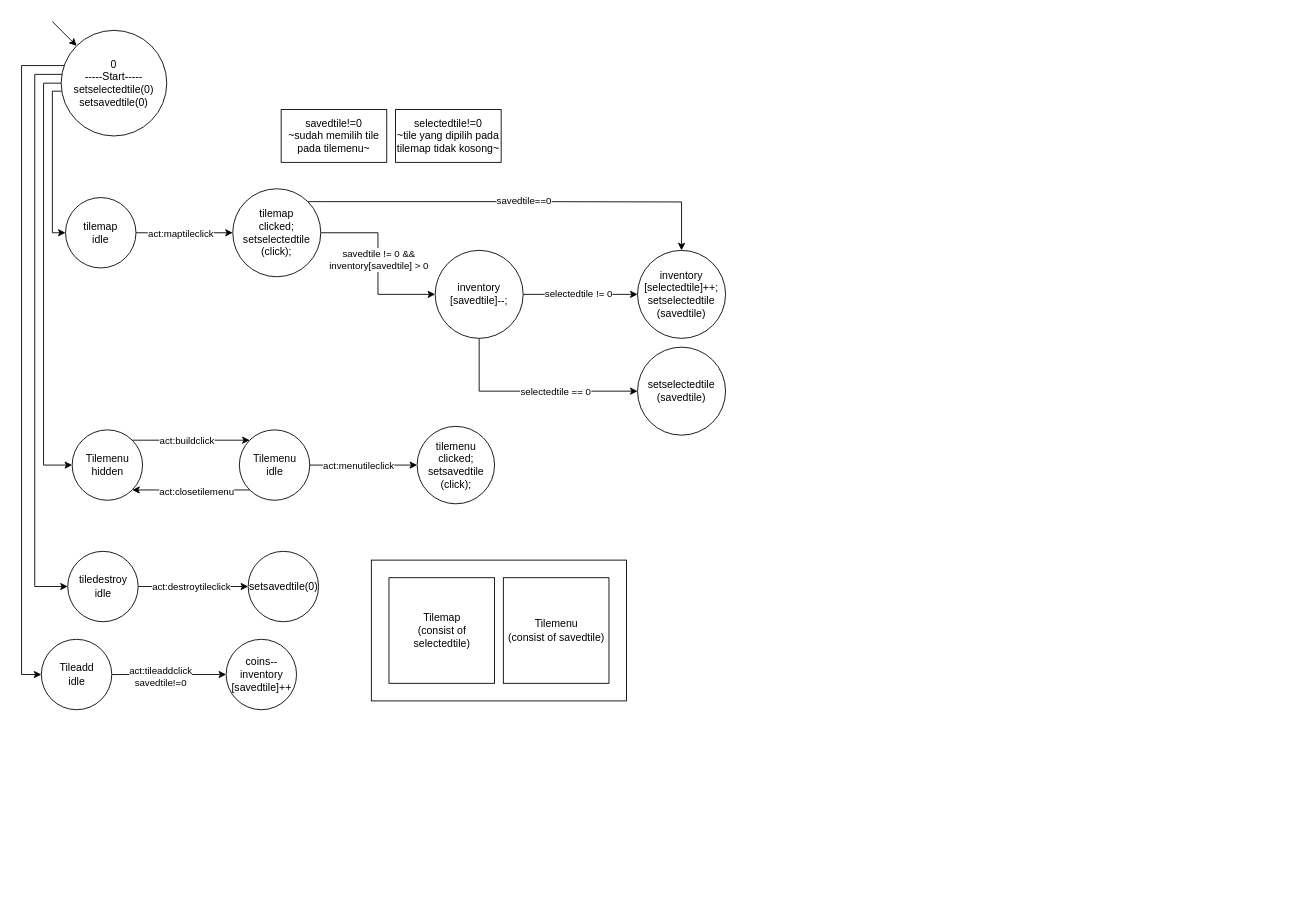
Before: SurgaKulinerfsm.drawio in Trelel129/asset, a draw.io diagram. Source tidied: cells renumbered, new cells numbered last; positions are measured from the earlier drawing's top-left corner, leaving out a move shared by most shapes. Both pictures are drawn from the tidied source at 88%, with x=0, y=0 at pixel (21, 21).
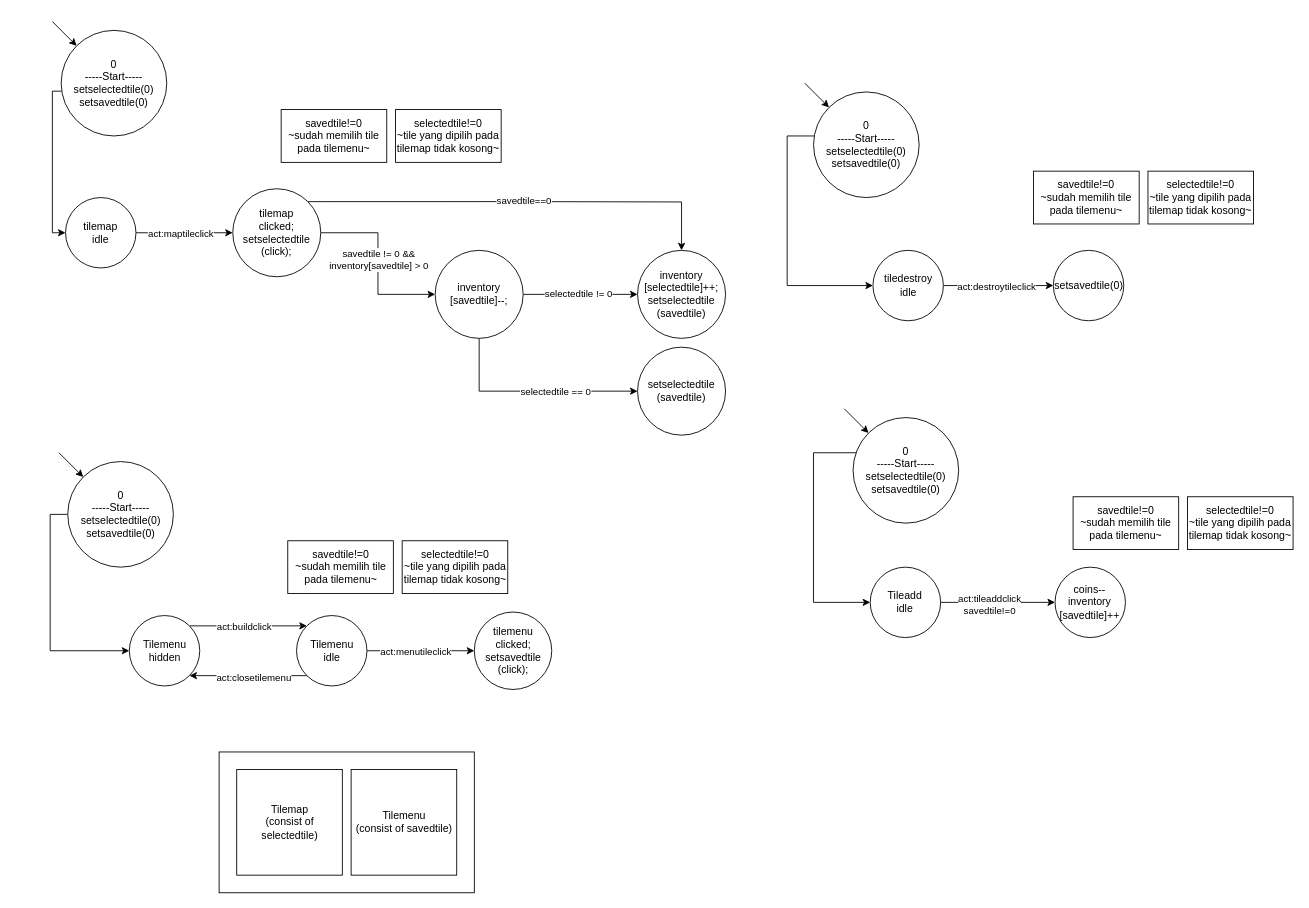
Above is the later version.

Unchanged cells that the change refers to:
```xml
<mxCell id="6" value="&lt;div&gt;0&lt;/div&gt;-----Start-----&lt;div&gt;setselectedtile(0)&lt;/div&gt;&lt;div&gt;setsavedtile(0)&lt;/div&gt;" style="ellipse;whiteSpace=wrap;html=1;" parent="1" vertex="1">
  <mxGeometry x="45" y="10" width="120" height="120" as="geometry" />
</mxCell>
```

Change to the diagram source:
```diff
@@
-    <mxCell id="3" style="edgeStyle=orthogonalEdgeStyle;rounded=0;jettySize=auto;html=1;entryX=0;entryY=0.5;entryDx=0;entryDy=0;exitX=0;exitY=0.5;exitDx=0;exitDy=0;" parent="1" edge="1" source="6" target="29">
-      <mxGeometry relative="1" as="geometry">
-        <Array as="points">
-          <mxPoint x="25" y="70" />
-          <mxPoint x="25" y="504" />
-        </Array>
-      </mxGeometry>
-    </mxCell>
-    <mxCell id="4" style="edgeStyle=orthogonalEdgeStyle;rounded=0;jettySize=auto;html=1;entryX=0;entryY=0.5;entryDx=0;entryDy=0;" parent="1" edge="1" source="6" target="39">
-      <mxGeometry relative="1" as="geometry">
-        <Array as="points">
-          <mxPoint x="15" y="60" />
-          <mxPoint x="15" y="642" />
-        </Array>
-      </mxGeometry>
-    </mxCell>
-    <mxCell id="5" style="edgeStyle=orthogonalEdgeStyle;rounded=0;jettySize=auto;html=1;" parent="1" edge="1" source="6" target="43">
-      <mxGeometry relative="1" as="geometry">
-        <Array as="points">
-          <mxPoint y="50" />
-          <mxPoint y="742" />
-        </Array>
-      </mxGeometry>
-    </mxCell>
@@
-    <mxCell id="15" style="rounded=0;whiteSpace=wrap;html=1;" parent="1" vertex="1">
-      <mxGeometry x="397.5" y="612" width="290" height="160" as="geometry" />
-    </mxCell>
-    <mxCell id="16" value="Tilemap&lt;br&gt;(consist of selectedtile)" style="whiteSpace=wrap;html=1;" parent="1" vertex="1">
-      <mxGeometry x="417.5" y="632" width="120" height="120" as="geometry" />
-    </mxCell>
-    <mxCell id="17" value="Tilemenu&lt;br&gt;(consist of savedtile)" style="whiteSpace=wrap;html=1;" parent="1" vertex="1">
-      <mxGeometry x="547.5" y="632" width="120" height="120" as="geometry" />
-    </mxCell>
@@
+    <mxCell id="33" value="savedtile!=0&lt;br&gt;~sudah memilih tile pada tilemenu~" style="rounded=0;whiteSpace=wrap;html=1;" parent="1" vertex="1">
+      <mxGeometry x="295" y="100" width="120" height="60" as="geometry" />
+    </mxCell>
+    <mxCell id="34" value="selectedtile!=0&lt;br&gt;~tile yang dipilih pada tilemap tidak kosong~" style="rounded=0;whiteSpace=wrap;html=1;" parent="1" vertex="1">
+      <mxGeometry x="425" y="100" width="120" height="60" as="geometry" />
+    </mxCell>
+    <mxCell id="35" value="&lt;div&gt;&lt;div&gt;inventory&lt;/div&gt;&lt;div&gt;[selectedtile]++;&lt;br&gt;setselectedtile&lt;br&gt;(savedtile)&lt;br&gt;&lt;/div&gt;&lt;/div&gt;" style="ellipse;whiteSpace=wrap;html=1;" parent="1" vertex="1">
+      <mxGeometry x="700" y="260" width="100" height="100" as="geometry" />
+    </mxCell>
+    <mxCell id="36" value="&lt;div&gt;&lt;div&gt;&lt;span style=&quot;background-color: initial;&quot;&gt;setselectedtile&lt;/span&gt;&lt;br&gt;&lt;/div&gt;&lt;div&gt;(savedtile)&lt;br&gt;&lt;/div&gt;&lt;/div&gt;" style="ellipse;whiteSpace=wrap;html=1;" parent="1" vertex="1">
+      <mxGeometry x="700" y="370" width="100" height="100" as="geometry" />
+    </mxCell>
+    <mxCell id="45" style="edgeStyle=orthogonalEdgeStyle;rounded=0;jettySize=auto;html=1;entryX=0;entryY=0.5;entryDx=0;entryDy=0;exitX=0;exitY=0.5;exitDx=0;exitDy=0;" parent="1" edge="1" source="46" target="29">
+      <mxGeometry relative="1" as="geometry">
+        <Array as="points">
+          <mxPoint x="32.5" y="560" />
+          <mxPoint x="32.5" y="715" />
+        </Array>
+      </mxGeometry>
+    </mxCell>
+    <mxCell id="46" value="&lt;div&gt;0&lt;/div&gt;-----Start-----&lt;div&gt;setselectedtile(0)&lt;/div&gt;&lt;div&gt;setsavedtile(0)&lt;/div&gt;" style="ellipse;whiteSpace=wrap;html=1;" parent="1" vertex="1">
+      <mxGeometry x="52.5" y="500" width="120" height="120" as="geometry" />
+    </mxCell>
+    <mxCell id="47" style="endArrow=classic;html=1;rounded=0;entryX=0;entryY=0;entryDx=0;entryDy=0;" parent="1" edge="1" target="46">
+      <mxGeometry relative="1" as="geometry">
+        <mxPoint x="42.5" y="490" as="sourcePoint" />
+      </mxGeometry>
+    </mxCell>
@@
     <mxCell id="26" value="tilemenu&lt;br&gt;clicked;&lt;br&gt;setsavedtile&lt;br&gt;(click);" style="ellipse;whiteSpace=wrap;html=1;" parent="1" vertex="1">
-      <mxGeometry x="449.5" y="460" width="88" height="88" as="geometry" />
+      <mxGeometry x="514.5" y="671" width="88" height="88" as="geometry" />
     </mxCell>
@@
     <mxCell id="29" value="Tilemenu&lt;br&gt;hidden" style="ellipse;whiteSpace=wrap;html=1;" parent="1" vertex="1">
-      <mxGeometry x="57.5" y="464" width="80" height="80" as="geometry" />
+      <mxGeometry x="122.5" y="675" width="80" height="80" as="geometry" />
     </mxCell>
@@
     <mxCell id="32" value="Tilemenu&lt;br&gt;idle" style="ellipse;whiteSpace=wrap;html=1;" parent="1" vertex="1">
-      <mxGeometry x="247.5" y="464" width="80" height="80" as="geometry" />
+      <mxGeometry x="312.5" y="675" width="80" height="80" as="geometry" />
     </mxCell>
-    <mxCell id="33" value="savedtile!=0&lt;br&gt;~sudah memilih tile pada tilemenu~" style="rounded=0;whiteSpace=wrap;html=1;" parent="1" vertex="1">
-      <mxGeometry x="295" y="100" width="120" height="60" as="geometry" />
-    </mxCell>
-    <mxCell id="34" value="selectedtile!=0&lt;br&gt;~tile yang dipilih pada tilemap tidak kosong~" style="rounded=0;whiteSpace=wrap;html=1;" parent="1" vertex="1">
-      <mxGeometry x="425" y="100" width="120" height="60" as="geometry" />
-    </mxCell>
-    <mxCell id="35" value="&lt;div&gt;&lt;div&gt;inventory&lt;/div&gt;&lt;div&gt;[selectedtile]++;&lt;br&gt;setselectedtile&lt;br&gt;(savedtile)&lt;br&gt;&lt;/div&gt;&lt;/div&gt;" style="ellipse;whiteSpace=wrap;html=1;" parent="1" vertex="1">
-      <mxGeometry x="700" y="260" width="100" height="100" as="geometry" />
-    </mxCell>
-    <mxCell id="36" value="&lt;div&gt;&lt;div&gt;&lt;span style=&quot;background-color: initial;&quot;&gt;setselectedtile&lt;/span&gt;&lt;br&gt;&lt;/div&gt;&lt;div&gt;(savedtile)&lt;br&gt;&lt;/div&gt;&lt;/div&gt;" style="ellipse;whiteSpace=wrap;html=1;" parent="1" vertex="1">
-      <mxGeometry x="700" y="370" width="100" height="100" as="geometry" />
-    </mxCell>
+    <mxCell id="48" value="savedtile!=0&lt;br&gt;~sudah memilih tile pada tilemenu~" style="rounded=0;whiteSpace=wrap;html=1;" parent="1" vertex="1">
+      <mxGeometry x="302.5" y="590" width="120" height="60" as="geometry" />
+    </mxCell>
+    <mxCell id="49" value="selectedtile!=0&lt;br&gt;~tile yang dipilih pada tilemap tidak kosong~" style="rounded=0;whiteSpace=wrap;html=1;" parent="1" vertex="1">
+      <mxGeometry x="432.5" y="590" width="120" height="60" as="geometry" />
+    </mxCell>
+    <mxCell id="50" style="edgeStyle=orthogonalEdgeStyle;rounded=0;jettySize=auto;html=1;entryX=0;entryY=0.5;entryDx=0;entryDy=0;" parent="1" edge="1" source="51" target="39">
+      <mxGeometry relative="1" as="geometry">
+        <Array as="points">
+          <mxPoint x="870" y="130" />
+          <mxPoint x="870" y="300" />
+        </Array>
+      </mxGeometry>
+    </mxCell>
+    <mxCell id="51" value="&lt;div&gt;0&lt;/div&gt;-----Start-----&lt;div&gt;setselectedtile(0)&lt;/div&gt;&lt;div&gt;setsavedtile(0)&lt;/div&gt;" style="ellipse;whiteSpace=wrap;html=1;" parent="1" vertex="1">
+      <mxGeometry x="900" y="80" width="120" height="120" as="geometry" />
+    </mxCell>
+    <mxCell id="52" style="rounded=0;whiteSpace=wrap;html=1;" parent="1" vertex="1">
+      <mxGeometry x="224.5" y="830" width="290" height="160" as="geometry" />
+    </mxCell>
+    <mxCell id="16" value="Tilemap&lt;br&gt;(consist of selectedtile)" style="whiteSpace=wrap;html=1;" parent="1" vertex="1">
+      <mxGeometry x="244.5" y="850" width="120" height="120" as="geometry" />
+    </mxCell>
+    <mxCell id="17" value="Tilemenu&lt;br&gt;(consist of savedtile)" style="whiteSpace=wrap;html=1;" parent="1" vertex="1">
+      <mxGeometry x="374.5" y="850" width="120" height="120" as="geometry" />
+    </mxCell>
+    <mxCell id="53" style="endArrow=classic;html=1;rounded=0;entryX=0;entryY=0;entryDx=0;entryDy=0;" parent="1" edge="1" target="51">
+      <mxGeometry relative="1" as="geometry">
+        <mxPoint x="890" y="70" as="sourcePoint" />
+      </mxGeometry>
+    </mxCell>
+    <mxCell id="54" value="savedtile!=0&lt;br&gt;~sudah memilih tile pada tilemenu~" style="rounded=0;whiteSpace=wrap;html=1;" parent="1" vertex="1">
+      <mxGeometry x="1150" y="170" width="120" height="60" as="geometry" />
+    </mxCell>
+    <mxCell id="55" value="selectedtile!=0&lt;br&gt;~tile yang dipilih pada tilemap tidak kosong~" style="rounded=0;whiteSpace=wrap;html=1;" parent="1" vertex="1">
+      <mxGeometry x="1280" y="170" width="120" height="60" as="geometry" />
+    </mxCell>
@@
     <mxCell id="39" value="tiledestroy&lt;div&gt;idle&lt;/div&gt;" style="ellipse;whiteSpace=wrap;html=1;" parent="1" vertex="1">
-      <mxGeometry x="52.5" y="602" width="80" height="80" as="geometry" />
+      <mxGeometry x="967.5" y="260" width="80" height="80" as="geometry" />
     </mxCell>
     <mxCell id="40" value="setsavedtile(0)" style="ellipse;whiteSpace=wrap;html=1;" parent="1" vertex="1">
-      <mxGeometry x="257.5" y="602" width="80" height="80" as="geometry" />
+      <mxGeometry x="1172.5" y="260" width="80" height="80" as="geometry" />
     </mxCell>
+    <mxCell id="56" style="edgeStyle=orthogonalEdgeStyle;rounded=0;jettySize=auto;html=1;" parent="1" edge="1" source="57" target="43">
+      <mxGeometry relative="1" as="geometry">
+        <Array as="points">
+          <mxPoint x="899.9" y="490" />
+          <mxPoint x="899.9" y="660" />
+        </Array>
+      </mxGeometry>
+    </mxCell>
+    <mxCell id="57" value="&lt;div&gt;0&lt;/div&gt;-----Start-----&lt;div&gt;setselectedtile(0)&lt;/div&gt;&lt;div&gt;setsavedtile(0)&lt;/div&gt;" style="ellipse;whiteSpace=wrap;html=1;" parent="1" vertex="1">
+      <mxGeometry x="944.9" y="450" width="120" height="120" as="geometry" />
+    </mxCell>
+    <mxCell id="58" style="endArrow=classic;html=1;rounded=0;entryX=0;entryY=0;entryDx=0;entryDy=0;" parent="1" edge="1" target="57">
+      <mxGeometry relative="1" as="geometry">
+        <mxPoint x="934.9" y="440" as="sourcePoint" />
+      </mxGeometry>
+    </mxCell>
+    <mxCell id="59" value="savedtile!=0&lt;br&gt;~sudah memilih tile pada tilemenu~" style="rounded=0;whiteSpace=wrap;html=1;" parent="1" vertex="1">
+      <mxGeometry x="1194.9" y="540" width="120" height="60" as="geometry" />
+    </mxCell>
+    <mxCell id="60" value="selectedtile!=0&lt;br&gt;~tile yang dipilih pada tilemap tidak kosong~" style="rounded=0;whiteSpace=wrap;html=1;" parent="1" vertex="1">
+      <mxGeometry x="1324.9" y="540" width="120" height="60" as="geometry" />
+    </mxCell>
@@
     <mxCell id="43" value="Tileadd&lt;br&gt;idle" style="ellipse;whiteSpace=wrap;html=1;" parent="1" vertex="1">
-      <mxGeometry x="22.5" y="702" width="80" height="80" as="geometry" />
+      <mxGeometry x="964.4" y="620" width="80" height="80" as="geometry" />
     </mxCell>
     <mxCell id="44" value="&lt;div&gt;coins--&lt;/div&gt;inventory&lt;br&gt;[savedtile]++" style="ellipse;whiteSpace=wrap;html=1;" parent="1" vertex="1">
-      <mxGeometry x="232.5" y="702" width="80" height="80" as="geometry" />
+      <mxGeometry x="1174.4" y="620" width="80" height="80" as="geometry" />
     </mxCell>
```
